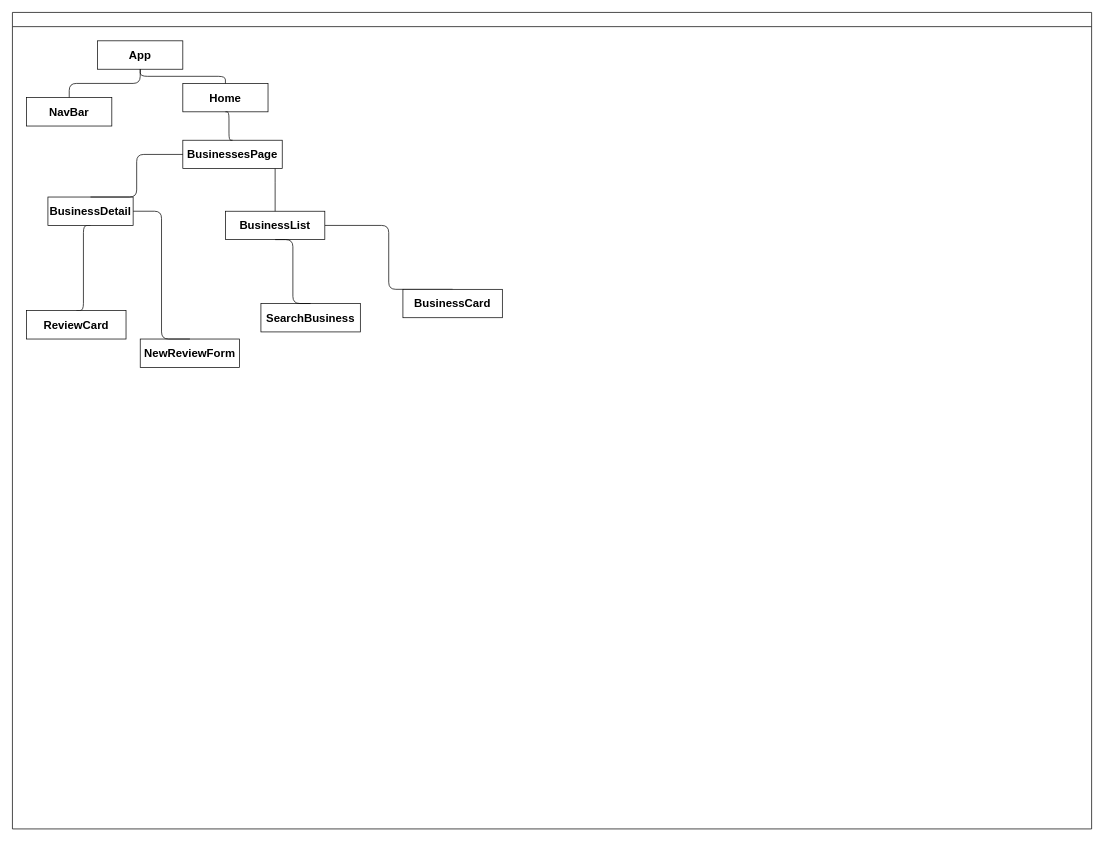
Before: ReactComponents.drawio in jdavis8898/barking-bnb, a draw.io diagram. Source tidied: cells renumbered, new cells numbered last; positions are measured from the earlier drawing's top-left corner, leaving out a move shared by most shapes. Both pictures are drawn from the tidied source at 71%, with x=0, y=0 at pixel (12, 12).
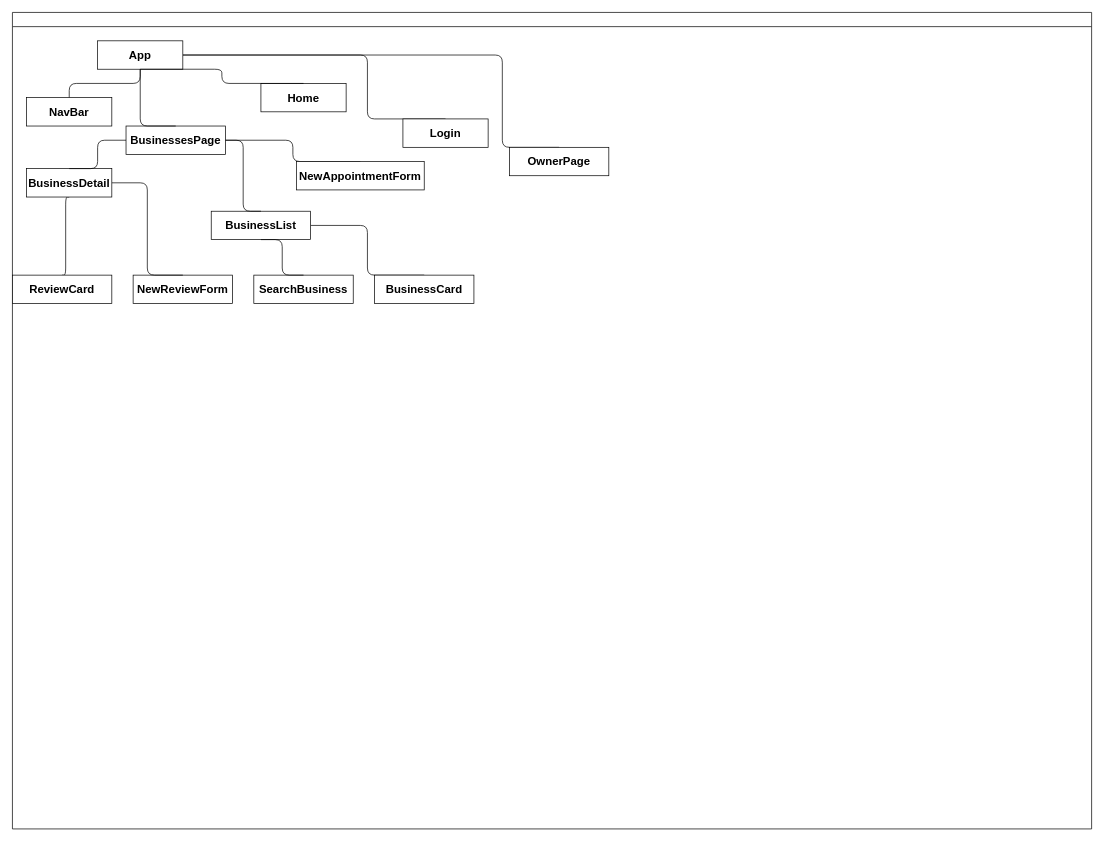
The same diagram, later.

Commit message (it also covers changes not shown here):
Adding some components. Taking another look at login on working branch

Unchanged cells that the change refers to:
```xml
<mxCell id="3" value="&lt;font style=&quot;font-size: 16px;&quot;&gt;&lt;b&gt;App&lt;/b&gt;&lt;b&gt;&lt;br&gt;&lt;/b&gt;&lt;/font&gt;" style="whiteSpace=wrap;html=1;newEdgeStyle={&quot;edgeStyle&quot;:&quot;elbowEdgeStyle&quot;,&quot;startArrow&quot;:&quot;none&quot;,&quot;endArrow&quot;:&quot;none&quot;};align=center;" parent="2" vertex="1">
  <mxGeometry x="120" y="40" width="120" height="40" as="geometry" />
</mxCell>
```

The edit, as a diff of the source:
```diff
@@
-    <mxCell id="2" style="swimlane;startSize=20;horizontal=1;containerType=tree;align=center;" parent="1" vertex="1">
+    <mxCell id="2" value="&#10;&#10;&#10;&#10;&#10;&#10;&#10;&#10;&#10;&#10;&#10;&#10;&#10;&#10;&#10;&#10;&#10;&#10;&#10;&#10;&#10;&#10;&#10;&#10;" style="swimlane;startSize=20;horizontal=1;containerType=tree;align=center;" parent="1" vertex="1">
       <mxGeometry width="1520" height="1150" as="geometry" />
     </mxCell>
+    <mxCell id="22" style="edgeStyle=elbowEdgeStyle;html=1;startArrow=none;endArrow=none;entryX=0.5;entryY=0;entryDx=0;entryDy=0;fontSize=16;" parent="2" edge="1" source="3" target="26">
+      <mxGeometry relative="1" as="geometry">
+        <Array as="points">
+          <mxPoint x="690" y="60" />
+        </Array>
+      </mxGeometry>
+    </mxCell>
+    <mxCell id="23" style="edgeStyle=elbowEdgeStyle;html=1;startArrow=none;endArrow=none;entryX=0.5;entryY=0;entryDx=0;entryDy=0;fontSize=16;" parent="2" edge="1" source="3" target="27">
+      <mxGeometry relative="1" as="geometry">
+        <Array as="points">
+          <mxPoint x="500" y="100" />
+        </Array>
+      </mxGeometry>
+    </mxCell>
@@
     <mxCell id="6" value="&lt;font style=&quot;font-size: 16px;&quot;&gt;&lt;b&gt;NewReviewForm&lt;/b&gt;&lt;/font&gt;" style="whiteSpace=wrap;html=1;newEdgeStyle={&quot;edgeStyle&quot;:&quot;elbowEdgeStyle&quot;,&quot;startArrow&quot;:&quot;none&quot;,&quot;endArrow&quot;:&quot;none&quot;};" parent="2" vertex="1">
-      <mxGeometry x="180" y="460" width="140" height="40" as="geometry" />
+      <mxGeometry x="170" y="370" width="140" height="40" as="geometry" />
     </mxCell>
     <mxCell id="7" value="&lt;font style=&quot;font-size: 16px;&quot;&gt;&lt;b&gt;SearchBusiness&lt;/b&gt;&lt;/font&gt;" style="whiteSpace=wrap;html=1;newEdgeStyle={&quot;edgeStyle&quot;:&quot;elbowEdgeStyle&quot;,&quot;startArrow&quot;:&quot;none&quot;,&quot;endArrow&quot;:&quot;none&quot;};" parent="2" vertex="1">
-      <mxGeometry x="350" y="410" width="140" height="40" as="geometry" />
+      <mxGeometry x="340" y="370" width="140" height="40" as="geometry" />
     </mxCell>
@@
     <mxCell id="9" value="&lt;font style=&quot;font-size: 16px;&quot;&gt;&lt;b&gt;BusinessList&lt;/b&gt;&lt;/font&gt;" style="whiteSpace=wrap;html=1;newEdgeStyle={&quot;edgeStyle&quot;:&quot;elbowEdgeStyle&quot;,&quot;startArrow&quot;:&quot;none&quot;,&quot;endArrow&quot;:&quot;none&quot;};" parent="2" vertex="1">
-      <mxGeometry x="300" y="280" width="140" height="40" as="geometry" />
+      <mxGeometry x="280" y="280" width="140" height="40" as="geometry" />
     </mxCell>
@@
     <mxCell id="12" value="&lt;font style=&quot;font-size: 16px;&quot;&gt;&lt;b&gt;BusinessDetail&lt;/b&gt;&lt;/font&gt;" style="whiteSpace=wrap;html=1;newEdgeStyle={&quot;edgeStyle&quot;:&quot;elbowEdgeStyle&quot;,&quot;startArrow&quot;:&quot;none&quot;,&quot;endArrow&quot;:&quot;none&quot;};" parent="2" vertex="1">
-      <mxGeometry x="50" y="260" width="120" height="40" as="geometry" />
+      <mxGeometry x="20" y="220" width="120" height="40" as="geometry" />
     </mxCell>
     <mxCell id="13" value="&lt;font style=&quot;font-size: 16px;&quot;&gt;&lt;b&gt;BusinessCard&lt;/b&gt;&lt;/font&gt;" style="whiteSpace=wrap;html=1;newEdgeStyle={&quot;edgeStyle&quot;:&quot;elbowEdgeStyle&quot;,&quot;startArrow&quot;:&quot;none&quot;,&quot;endArrow&quot;:&quot;none&quot;};" parent="2" vertex="1">
-      <mxGeometry x="550" y="390" width="140" height="40" as="geometry" />
+      <mxGeometry x="510" y="370" width="140" height="40" as="geometry" />
     </mxCell>
+    <mxCell id="24" style="edgeStyle=elbowEdgeStyle;html=1;startArrow=none;endArrow=none;entryX=0.5;entryY=0;entryDx=0;entryDy=0;fontSize=16;" parent="2" edge="1" source="14" target="25">
+      <mxGeometry relative="1" as="geometry" />
+    </mxCell>
     <mxCell id="14" value="&lt;font style=&quot;font-size: 16px;&quot;&gt;&lt;b&gt;BusinessesPage&lt;/b&gt;&lt;/font&gt;" style="whiteSpace=wrap;html=1;newEdgeStyle={&quot;edgeStyle&quot;:&quot;elbowEdgeStyle&quot;,&quot;startArrow&quot;:&quot;none&quot;,&quot;endArrow&quot;:&quot;none&quot;};" parent="2" vertex="1">
-      <mxGeometry x="240" y="180" width="140" height="40" as="geometry" />
+      <mxGeometry x="160" y="160" width="140" height="40" as="geometry" />
     </mxCell>
@@
     <mxCell id="18" value="&lt;font style=&quot;font-size: 16px;&quot;&gt;&lt;b&gt;ReviewCard&lt;/b&gt;&lt;/font&gt;" style="whiteSpace=wrap;html=1;newEdgeStyle={&quot;edgeStyle&quot;:&quot;elbowEdgeStyle&quot;,&quot;startArrow&quot;:&quot;none&quot;,&quot;endArrow&quot;:&quot;none&quot;};" parent="2" vertex="1">
-      <mxGeometry x="20" y="420" width="140" height="40" as="geometry" />
+      <mxGeometry y="370" width="140" height="40" as="geometry" />
     </mxCell>
     <mxCell id="19" value="&lt;font style=&quot;font-size: 16px;&quot;&gt;&lt;b&gt;Home&lt;/b&gt;&lt;/font&gt;" style="whiteSpace=wrap;html=1;newEdgeStyle={&quot;edgeStyle&quot;:&quot;elbowEdgeStyle&quot;,&quot;startArrow&quot;:&quot;none&quot;,&quot;endArrow&quot;:&quot;none&quot;};" parent="2" vertex="1">
-      <mxGeometry x="240" y="100" width="120" height="40" as="geometry" />
+      <mxGeometry x="350" y="100" width="120" height="40" as="geometry" />
     </mxCell>
-    <mxCell id="20" style="edgeStyle=elbowEdgeStyle;html=1;startArrow=none;endArrow=none;exitX=0.5;exitY=1;exitDx=0;exitDy=0;entryX=0.5;entryY=0;entryDx=0;entryDy=0;fontSize=16;" parent="2" edge="1" source="19" target="14">
+    <mxCell id="20" style="edgeStyle=elbowEdgeStyle;html=1;startArrow=none;endArrow=none;exitX=0.5;exitY=0;exitDx=0;exitDy=0;entryX=0.5;entryY=1;entryDx=0;entryDy=0;fontSize=16;" parent="2" edge="1" source="19" target="3">
       <mxGeometry relative="1" as="geometry" />
     </mxCell>
-    <mxCell id="21" style="edgeStyle=elbowEdgeStyle;html=1;startArrow=none;endArrow=none;entryX=0.5;entryY=0;entryDx=0;entryDy=0;fontSize=16;" parent="2" edge="1" source="3" target="19">
-      <mxGeometry relative="1" as="geometry" />
+    <mxCell id="21" style="edgeStyle=elbowEdgeStyle;html=1;startArrow=none;endArrow=none;entryX=0.5;entryY=0;entryDx=0;entryDy=0;fontSize=16;" parent="2" edge="1" source="3" target="14">
+      <mxGeometry relative="1" as="geometry">
+        <Array as="points">
+          <mxPoint x="180" y="120" />
+        </Array>
+      </mxGeometry>
     </mxCell>
+    <mxCell id="25" value="&lt;font style=&quot;font-size: 16px;&quot;&gt;&lt;b&gt;NewAppointmentForm&lt;/b&gt;&lt;/font&gt;" style="whiteSpace=wrap;html=1;newEdgeStyle={&quot;edgeStyle&quot;:&quot;elbowEdgeStyle&quot;,&quot;startArrow&quot;:&quot;none&quot;,&quot;endArrow&quot;:&quot;none&quot;};" parent="2" vertex="1">
+      <mxGeometry x="400" y="210" width="180" height="40" as="geometry" />
+    </mxCell>
+    <mxCell id="26" value="&lt;span style=&quot;font-size: 16px;&quot;&gt;&lt;b&gt;OwnerPage&lt;/b&gt;&lt;/span&gt;" style="whiteSpace=wrap;html=1;newEdgeStyle={&quot;edgeStyle&quot;:&quot;elbowEdgeStyle&quot;,&quot;startArrow&quot;:&quot;none&quot;,&quot;endArrow&quot;:&quot;none&quot;};" parent="2" vertex="1">
+      <mxGeometry x="700" y="190" width="140" height="40" as="geometry" />
+    </mxCell>
+    <mxCell id="27" value="&lt;font style=&quot;font-size: 16px;&quot;&gt;&lt;b&gt;Login&lt;/b&gt;&lt;b&gt;&lt;br&gt;&lt;/b&gt;&lt;/font&gt;" style="whiteSpace=wrap;html=1;newEdgeStyle={&quot;edgeStyle&quot;:&quot;elbowEdgeStyle&quot;,&quot;startArrow&quot;:&quot;none&quot;,&quot;endArrow&quot;:&quot;none&quot;};align=center;" parent="2" vertex="1">
+      <mxGeometry x="550" y="150" width="120" height="40" as="geometry" />
+    </mxCell>
```
